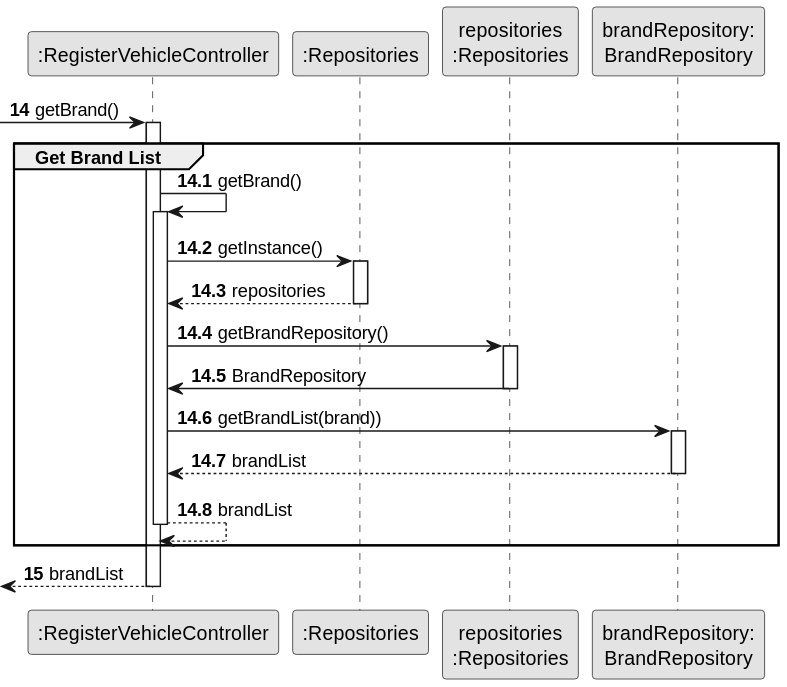
The PlantUML diagram docs/sprintB/us006/03.design/svg/us006-sequence-diagram-partial-get-brand-list.svg in ricardomm7/leaflink, before a commit.
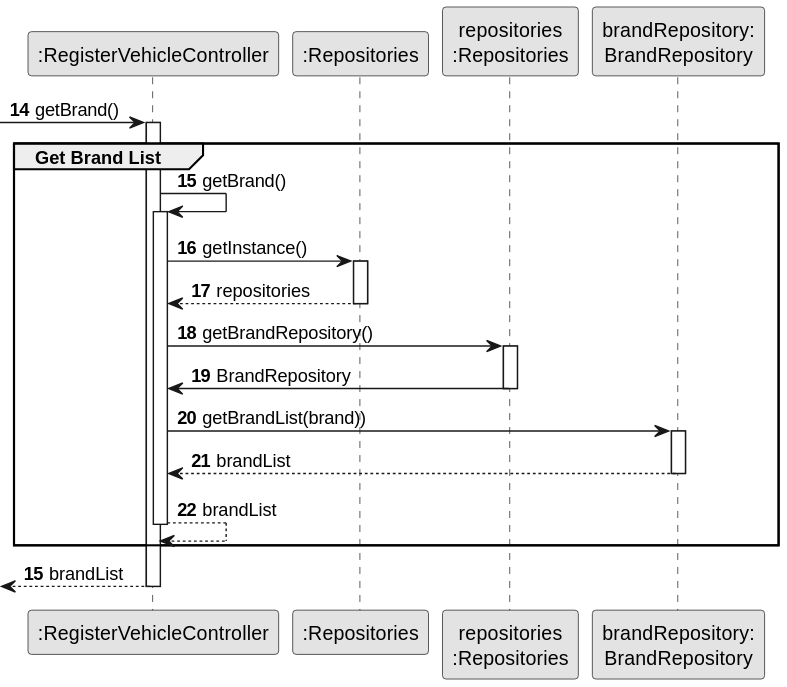
The same file after the commit.

What changed in the source:
```diff
@@ -13,7 +13,6 @@
 autonumber 14
 
  -> CTRL : getBrand()
-autonumber 14.1
 
 activate CTRL
 
```
